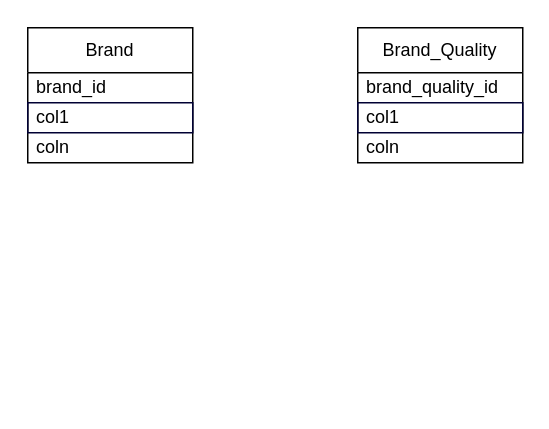
This is product_structure.drawio from vadramson/Drawings, a draw.io file, before an edit. Source tidied: cells renumbered, new cells numbered last; positions are measured from the earlier drawing's top-left corner, leaving out a move shared by most shapes. Both pictures are drawn from the tidied source at 150%, with x=0, y=0 at pixel (27, 27).
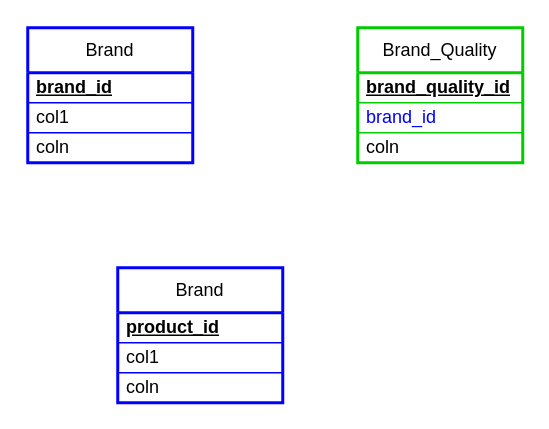
The same page after the edit.

Diff of the diagram source:
```diff
@@
 <mxGraphModel>
   <root>
     <mxCell id="0" />
     <mxCell id="1" parent="0" />
-    <mxCell id="2" value="Brand" style="swimlane;fontStyle=0;horizontal=1;startSize=30;whiteSpace=wrap;html=1;" parent="1" vertex="1">
+    <mxCell id="2" value="Brand" style="swimlane;fontStyle=0;horizontal=1;startSize=30;whiteSpace=wrap;html=1;strokeColor=#0000FF;strokeWidth=2;" parent="1" vertex="1">
       <mxGeometry width="110" height="90" as="geometry" />
     </mxCell>
-    <mxCell id="3" value="brand_id" style="text;strokeColor=none;fillColor=none;align=left;verticalAlign=middle;spacingLeft=4;spacingRight=4;overflow=hidden;whiteSpace=wrap;html=1;" parent="2" vertex="1">
+    <mxCell id="3" value="&lt;u&gt;&lt;b&gt;brand_id&lt;/b&gt;&lt;/u&gt;" style="text;strokeColor=none;fillColor=none;align=left;verticalAlign=middle;spacingLeft=4;spacingRight=4;overflow=hidden;whiteSpace=wrap;html=1;" parent="2" vertex="1">
       <mxGeometry y="30" width="110" height="20" as="geometry" />
     </mxCell>
-    <mxCell id="4" value="col1" style="text;strokeColor=#000033;fillColor=none;align=left;verticalAlign=middle;spacingLeft=4;spacingRight=4;overflow=hidden;whiteSpace=wrap;html=1;perimeterSpacing=1;" parent="2" vertex="1">
+    <mxCell id="4" value="col1" style="text;strokeColor=#0000FF;fillColor=none;align=left;verticalAlign=middle;spacingLeft=4;spacingRight=4;overflow=hidden;whiteSpace=wrap;html=1;perimeterSpacing=1;" parent="2" vertex="1">
       <mxGeometry y="50" width="110" height="20" as="geometry" />
     </mxCell>
     <mxCell id="5" value="coln" style="text;strokeColor=none;fillColor=none;align=left;verticalAlign=middle;spacingLeft=4;spacingRight=4;overflow=hidden;whiteSpace=wrap;html=1;" parent="2" vertex="1">
       <mxGeometry y="70" width="110" height="20" as="geometry" />
     </mxCell>
-    <mxCell id="6" value="Brand_Quality" style="swimlane;fontStyle=0;horizontal=1;startSize=30;whiteSpace=wrap;html=1;" parent="1" vertex="1">
+    <mxCell id="6" value="Brand_Quality" style="swimlane;fontStyle=0;horizontal=1;startSize=30;whiteSpace=wrap;html=1;strokeColor=#00CC00;strokeWidth=2;" parent="1" vertex="1">
       <mxGeometry x="220" width="110" height="90" as="geometry" />
     </mxCell>
-    <mxCell id="7" value="brand_quality_id" style="text;strokeColor=none;fillColor=none;align=left;verticalAlign=middle;spacingLeft=4;spacingRight=4;overflow=hidden;whiteSpace=wrap;html=1;" parent="6" vertex="1">
+    <mxCell id="7" value="&lt;u&gt;&lt;b&gt;brand_quality_id&lt;/b&gt;&lt;/u&gt;" style="text;strokeColor=none;fillColor=none;align=left;verticalAlign=middle;spacingLeft=4;spacingRight=4;overflow=hidden;whiteSpace=wrap;html=1;" parent="6" vertex="1">
       <mxGeometry y="30" width="110" height="20" as="geometry" />
     </mxCell>
-    <mxCell id="8" value="col1" style="text;strokeColor=#000033;fillColor=none;align=left;verticalAlign=middle;spacingLeft=4;spacingRight=4;overflow=hidden;whiteSpace=wrap;html=1;perimeterSpacing=1;" parent="6" vertex="1">
+    <mxCell id="8" value="&lt;font style=&quot;color: rgb(0, 0, 255);&quot;&gt;brand_id&lt;/font&gt;" style="text;strokeColor=#00CC00;fillColor=none;align=left;verticalAlign=middle;spacingLeft=4;spacingRight=4;overflow=hidden;whiteSpace=wrap;html=1;perimeterSpacing=1;" parent="6" vertex="1">
       <mxGeometry y="50" width="110" height="20" as="geometry" />
     </mxCell>
     <mxCell id="9" value="coln" style="text;strokeColor=none;fillColor=none;align=left;verticalAlign=middle;spacingLeft=4;spacingRight=4;overflow=hidden;whiteSpace=wrap;html=1;" parent="6" vertex="1">
       <mxGeometry y="70" width="110" height="20" as="geometry" />
     </mxCell>
+    <mxCell id="10" value="Brand" style="swimlane;fontStyle=0;horizontal=1;startSize=30;whiteSpace=wrap;html=1;strokeColor=#0000FF;strokeWidth=2;" parent="1" vertex="1">
+      <mxGeometry x="60" y="160" width="110" height="90" as="geometry" />
+    </mxCell>
+    <mxCell id="11" value="&lt;u&gt;&lt;b&gt;product_id&lt;/b&gt;&lt;/u&gt;" style="text;strokeColor=none;fillColor=none;align=left;verticalAlign=middle;spacingLeft=4;spacingRight=4;overflow=hidden;whiteSpace=wrap;html=1;" parent="10" vertex="1">
+      <mxGeometry y="30" width="110" height="20" as="geometry" />
+    </mxCell>
+    <mxCell id="12" value="col1" style="text;strokeColor=#0000FF;fillColor=none;align=left;verticalAlign=middle;spacingLeft=4;spacingRight=4;overflow=hidden;whiteSpace=wrap;html=1;perimeterSpacing=1;" parent="10" vertex="1">
+      <mxGeometry y="50" width="110" height="20" as="geometry" />
+    </mxCell>
+    <mxCell id="13" value="coln" style="text;strokeColor=none;fillColor=none;align=left;verticalAlign=middle;spacingLeft=4;spacingRight=4;overflow=hidden;whiteSpace=wrap;html=1;" parent="10" vertex="1">
+      <mxGeometry y="70" width="110" height="20" as="geometry" />
+    </mxCell>
   </root>
 </mxGraphModel>
```
